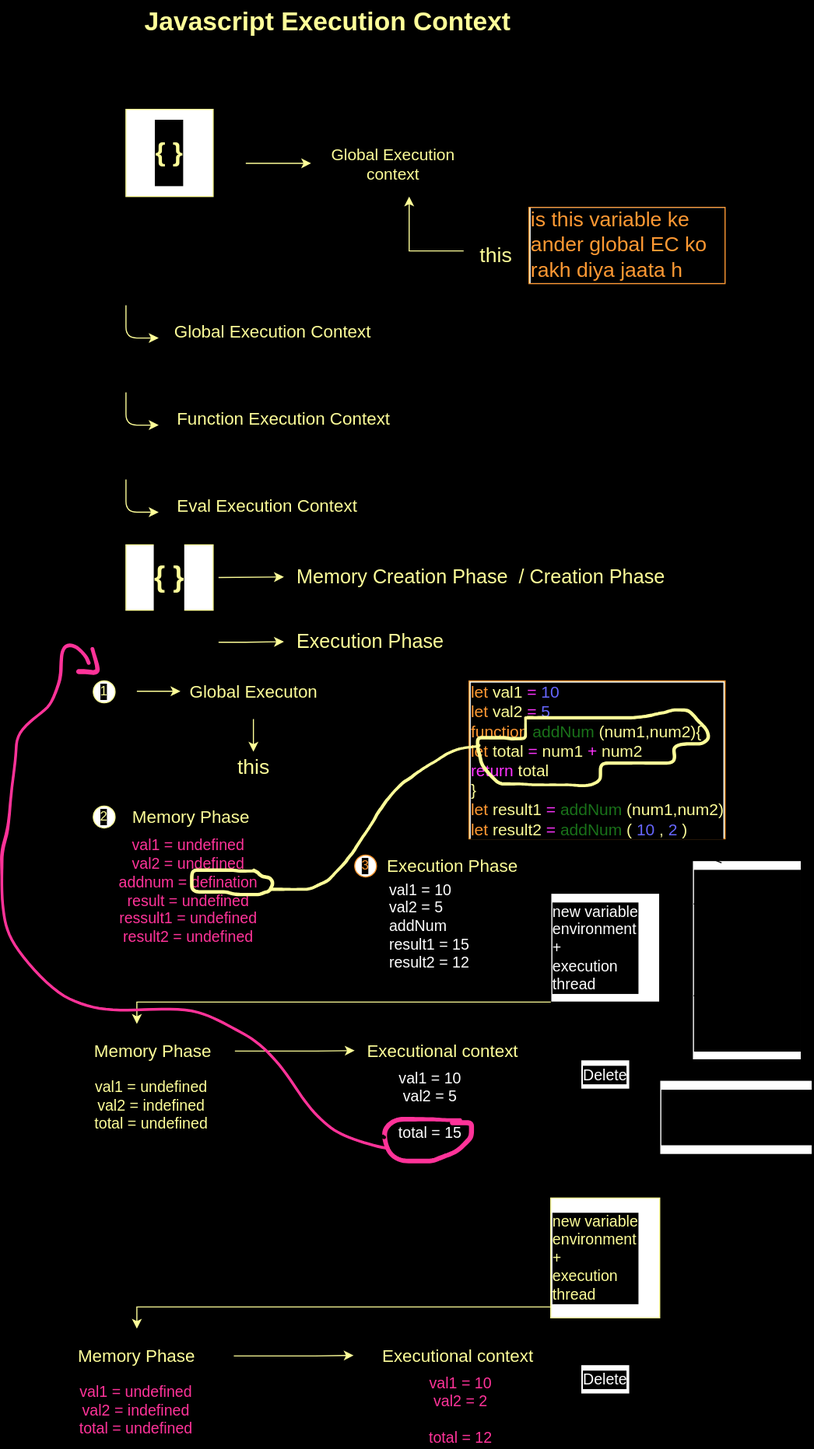
The draw.io diagram 03_basics/05_call_stack.drawio.svg in Raman919115/js-Hindi-Youtube, before a commit. Source tidied: cells renumbered, new cells last; positions are measured from the earlier drawing's top-left corner, leaving out a move shared by most shapes.
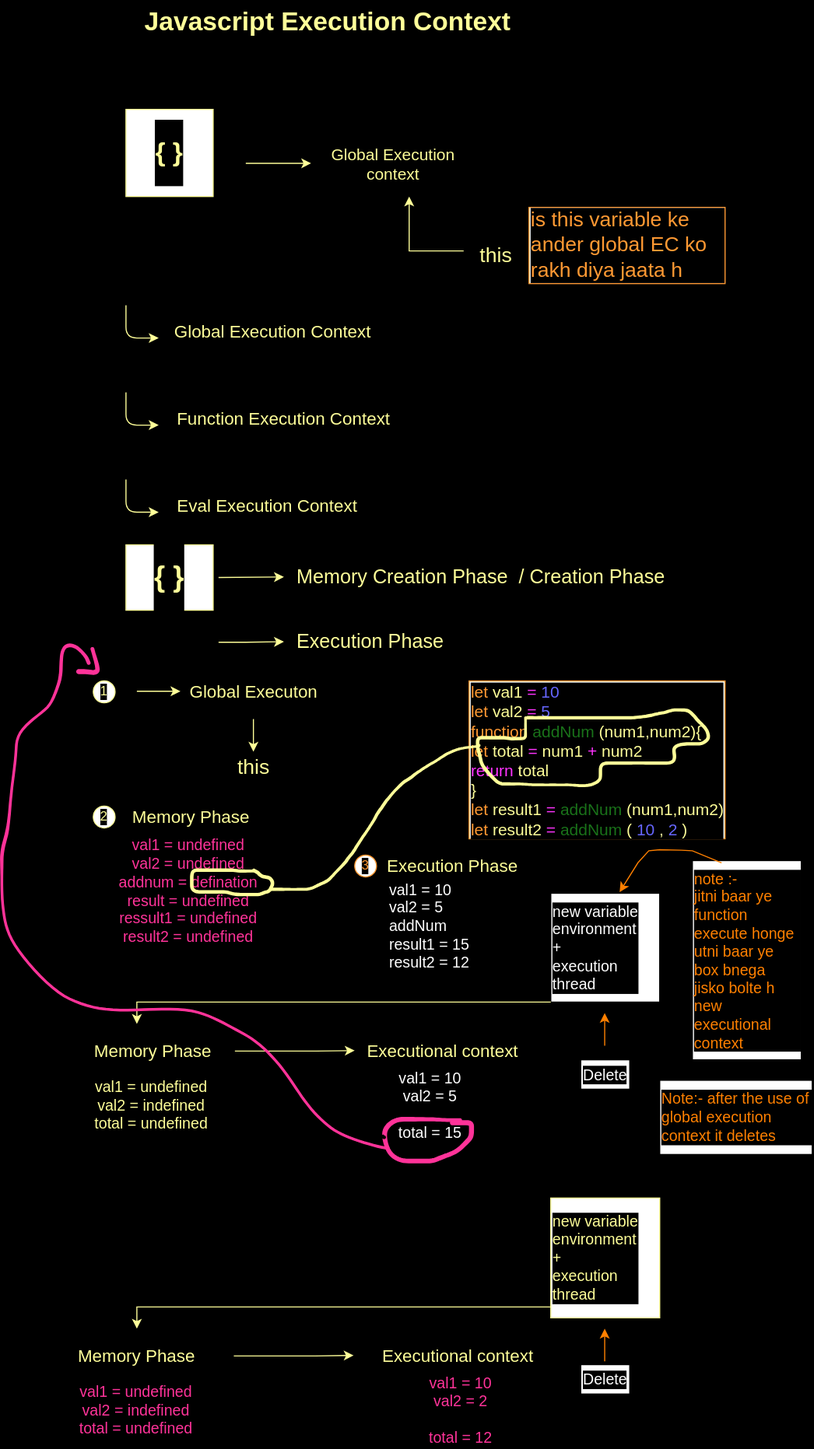
After the change.

The edit, as a diff of the source:
```diff
@@ -154,10 +154,10 @@
     <mxCell id="33" value="&lt;div style=&quot;&quot;&gt;&lt;span style=&quot;&quot;&gt;new variable&lt;/span&gt;&lt;/div&gt;environment&lt;br&gt;&amp;nbsp; &amp;nbsp; &amp;nbsp; &amp;nbsp; &amp;nbsp;+&lt;br&gt;execution&lt;br&gt;&amp;nbsp; &amp;nbsp; &amp;nbsp; &amp;nbsp; &amp;nbsp; &amp;nbsp; thread" style="whiteSpace=wrap;html=1;fontSize=14;align=left;fontColor=#FFFFFF;labelBackgroundColor=#000000;" parent="1" vertex="1">
       <mxGeometry x="505" y="820" width="100" height="100" as="geometry" />
     </mxCell>
-    <mxCell id="34" value="note :-&lt;br&gt;jitni baar ye function execute honge utni baar ye box bnega&lt;br&gt;jisko bolte h new executional&lt;br&gt;context&lt;br&gt;&lt;div style=&quot;&quot;&gt;&lt;/div&gt;" style="whiteSpace=wrap;html=1;fontSize=14;align=left;labelBackgroundColor=#000000;" parent="1" vertex="1">
+    <mxCell id="34" value="note :-&lt;br&gt;jitni baar ye function execute honge utni baar ye box bnega&lt;br&gt;jisko bolte h new executional&lt;br&gt;context&lt;br&gt;&lt;div style=&quot;&quot;&gt;&lt;/div&gt;" style="whiteSpace=wrap;html=1;fontSize=14;align=left;labelBackgroundColor=#000000;fontColor=#FF8000;" parent="1" vertex="1">
       <mxGeometry x="635" y="790" width="100" height="183" as="geometry" />
     </mxCell>
-    <mxCell id="35" style="endArrow=classic;html=1;fontSize=18;fontColor=#FF9933;rounded=0;exitX=0.268;exitY=0.011;exitDx=0;exitDy=0;exitPerimeter=0;entryX=0.632;entryY=-0.011;entryDx=0;entryDy=0;entryPerimeter=0;labelBackgroundColor=#000000;" parent="1" edge="1" source="34" target="33">
+    <mxCell id="35" style="endArrow=classic;html=1;fontSize=18;fontColor=#FF8000;rounded=0;exitX=0.268;exitY=0.011;exitDx=0;exitDy=0;exitPerimeter=0;entryX=0.632;entryY=-0.011;entryDx=0;entryDy=0;entryPerimeter=0;labelBackgroundColor=#000000;strokeColor=#FF8000;" parent="1" edge="1" source="34" target="33">
       <mxGeometry relative="1" as="geometry">
         <Array as="points">
           <mxPoint x="635" y="781" />
@@ -196,7 +196,7 @@
     <mxCell id="40" value="val1 = 10&lt;br&gt;val2 = 5&lt;br&gt;&lt;br&gt;total = 15" style="text;strokeColor=none;align=center;fillColor=none;html=1;verticalAlign=middle;whiteSpace=wrap;rounded=0;fontSize=14;fontColor=#FFFFFF;labelBackgroundColor=#000000;" parent="1" vertex="1">
       <mxGeometry x="326.4" y="980" width="137.1" height="70" as="geometry" />
     </mxCell>
-    <mxCell id="41" style="endArrow=classic;html=1;fontColor=#000000;labelBackgroundColor=#000000;" parent="1" edge="1">
+    <mxCell id="41" style="endArrow=classic;html=1;fontColor=#000000;labelBackgroundColor=#000000;strokeColor=#FF8000;" parent="1" edge="1">
       <mxGeometry relative="1" as="geometry">
         <mxPoint x="554.5" y="960" as="sourcePoint" />
         <mxPoint x="554.5" y="930" as="targetPoint" />
@@ -227,7 +227,7 @@
     <mxCell id="47" style="shape=(stored shape, 984 characters);lineShape=1;strokeColor=#FF3399;labelBackgroundColor=#000000;" parent="1" vertex="1">
       <mxGeometry x="69.8" y="594.3" width="20.6" height="24.5" as="geometry" />
     </mxCell>
-    <mxCell id="48" value="Note:- after the use of global execution context it deletes&lt;div style=&quot;&quot;&gt;&lt;/div&gt;" style="whiteSpace=wrap;html=1;fontSize=14;align=left;labelBackgroundColor=#000000;" parent="1" vertex="1">
+    <mxCell id="48" value="Note:- after the use of global execution context it deletes&lt;div style=&quot;&quot;&gt;&lt;/div&gt;" style="whiteSpace=wrap;html=1;fontSize=14;align=left;labelBackgroundColor=#000000;fontColor=#FF8000;" parent="1" vertex="1">
       <mxGeometry x="605" y="991.8" width="140" height="68.2" as="geometry" />
     </mxCell>
     <mxCell id="49" value="&lt;div style=&quot;&quot;&gt;&lt;span style=&quot;&quot;&gt;new variable&lt;/span&gt;&lt;/div&gt;environment&lt;br&gt;&amp;nbsp; &amp;nbsp; &amp;nbsp; &amp;nbsp; &amp;nbsp;+&lt;br&gt;execution&lt;br&gt;&amp;nbsp; &amp;nbsp; &amp;nbsp; &amp;nbsp; &amp;nbsp; &amp;nbsp; thread" style="whiteSpace=wrap;html=1;fontSize=14;align=left;fontColor=#FFFF99;strokeColor=#FFFF99;labelBackgroundColor=#000000;" parent="1" vertex="1">
@@ -271,7 +271,7 @@
     <mxCell id="55" value="val1 = 10&lt;br&gt;val2 = 2&lt;br&gt;&lt;br&gt;total = 12" style="text;strokeColor=none;align=center;fillColor=none;html=1;verticalAlign=middle;whiteSpace=wrap;rounded=0;fontSize=14;fontColor=#FF3399;labelBackgroundColor=#000000;" parent="1" vertex="1">
       <mxGeometry x="354.4" y="1260" width="137.1" height="70" as="geometry" />
     </mxCell>
-    <mxCell id="56" style="endArrow=classic;html=1;labelBackgroundColor=#000000;" parent="1" edge="1">
+    <mxCell id="56" style="endArrow=classic;html=1;labelBackgroundColor=#000000;strokeColor=#FF8000;" parent="1" edge="1">
       <mxGeometry relative="1" as="geometry">
         <mxPoint x="554.5" y="1250" as="sourcePoint" />
         <mxPoint x="554.5" y="1220" as="targetPoint" />
```
